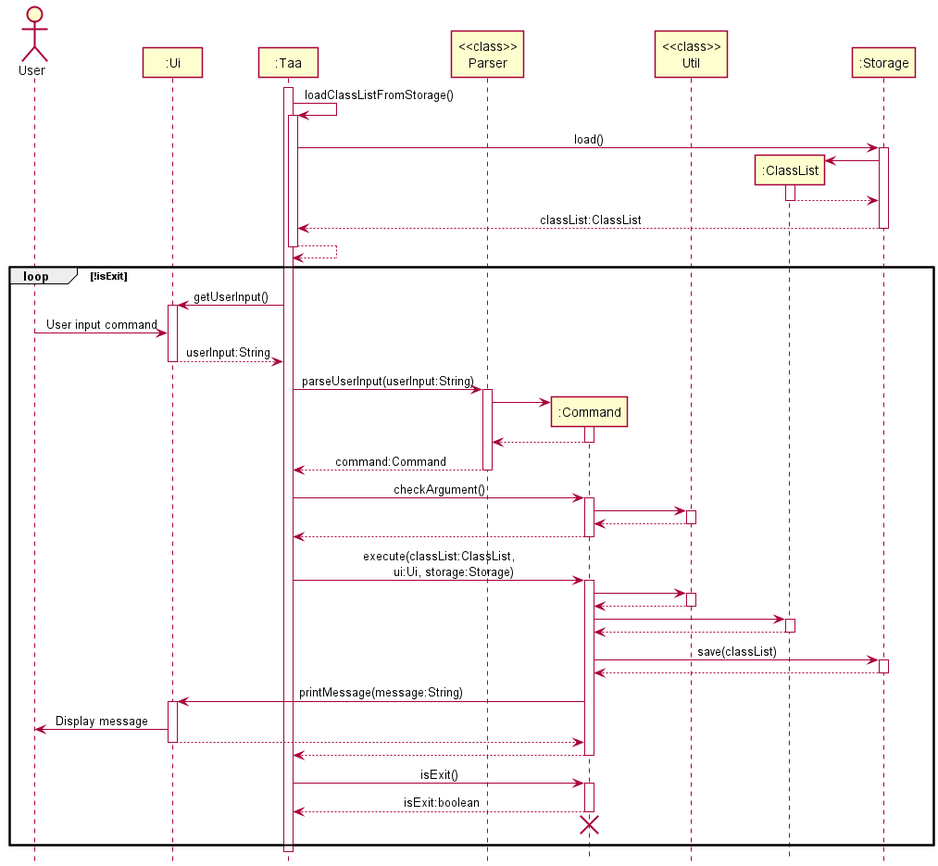
This is docs/diagrams/sequence/ArchitectureSequenceDiagram.png from nus-cs2113-AY2122S1/tp, a PlantUML export, as it was before one commit.
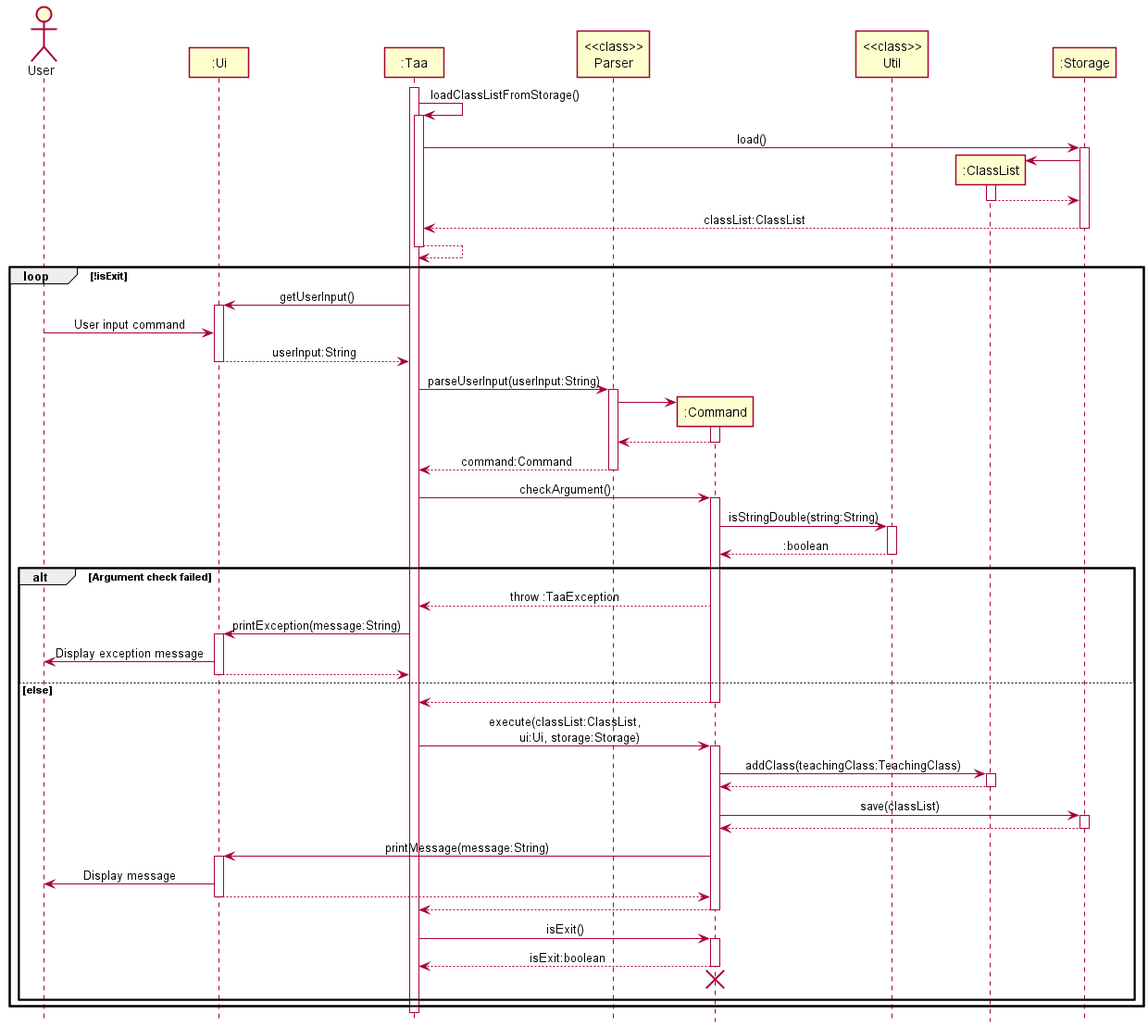
The same file after the commit.

Commit message:
Update ArchitectureSequenceDiagram to include exception

Change to the diagram source:
```diff
@@ -1,5 +1,5 @@
 @startuml
-!include style.puml
+!include SequenceStyle.puml
 
 Actor User as user
 Participant ":Ui" as ui
@@ -53,23 +53,27 @@
 taa -> command : checkArgument()
 activate command
 
-command -> util
+command -> util : isStringDouble(string:String)
 activate util
-util --> command
+util --> command : :boolean
 deactivate util
 
+alt Argument check failed
+command --> taa : throw :TaaException
+taa -> ui : printException(message:String)
+activate ui
+ui -> user : Display exception message
+ui --> taa
+deactivate ui
+
+else else
 command --> taa
 deactivate command
 
 taa -> command : execute(classList:ClassList,\n\tui:Ui, storage:Storage)
 activate command
 
-command -> util
-activate util
-util --> command
-deactivate util
-
-command -> classList
+command -> classList : addClass(teachingClass:TeachingClass)
 activate classList
 classList --> command
 deactivate classList
@@ -98,6 +102,7 @@
 taa -[hidden]-> command
 
 end
+end
 deactivate taa
 
 @enduml
```
